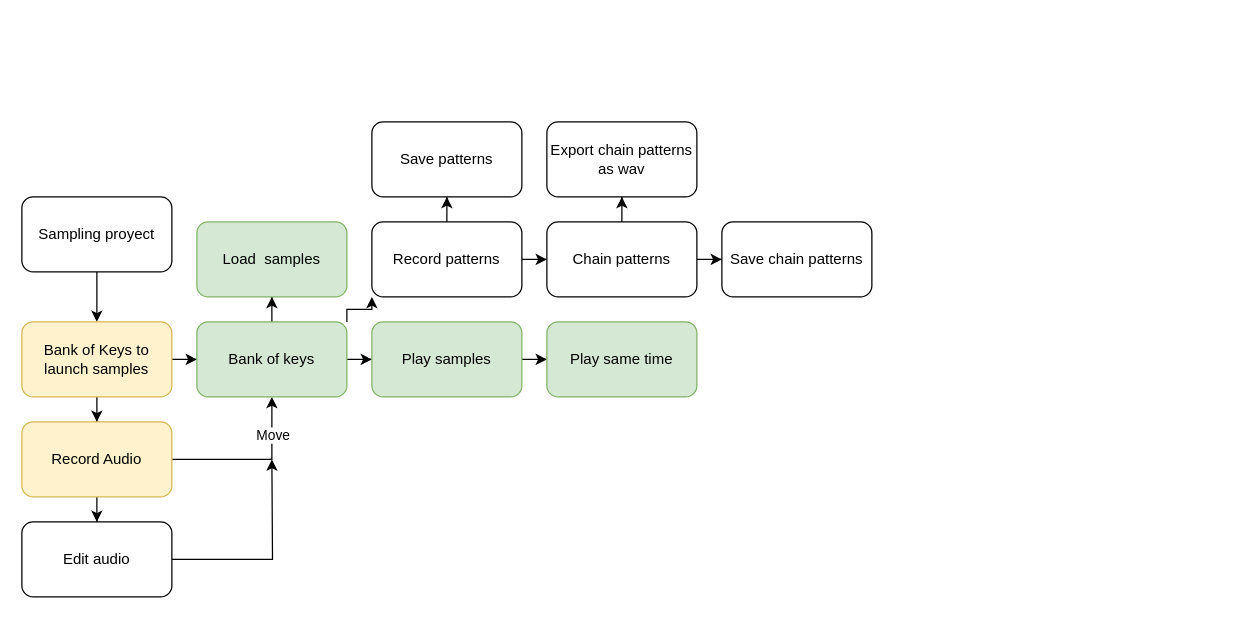
Earlier version of the draw.io diagram Sampling proyect diagram.drawio (elcalak/Sampling). Source tidied: cells renumbered, new cells numbered last; positions are measured from the earlier drawing's top-left corner, leaving out a move shared by most shapes. Both pictures are drawn from the tidied source at 125%, with x=0, y=0 at pixel (21, 121).
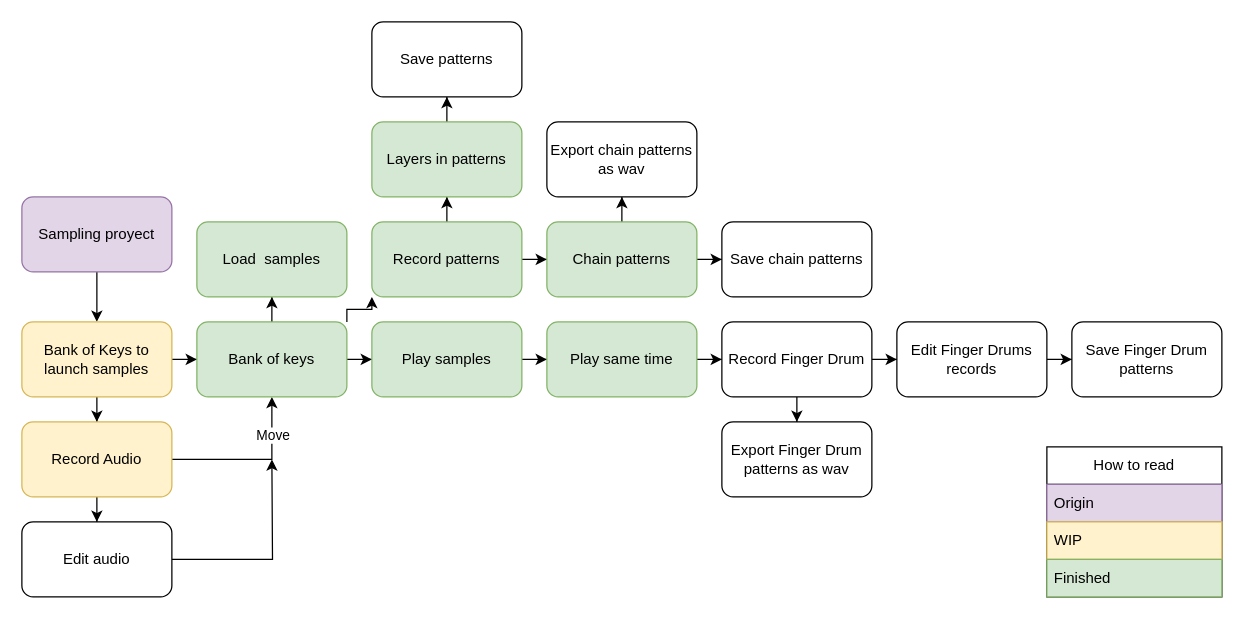
The same page after the edit.

Commit message (it also covers changes not shown here):
Add Seq layers, Seq control, loop Seq & chain Seq to loop

The change refers to these unchanged cells:
```xml
<mxCell id="20" value="Play&amp;nbsp;&lt;span style=&quot;background-color: transparent; color: light-dark(rgb(0, 0, 0), rgb(255, 255, 255));&quot;&gt;same time&lt;/span&gt;" style="whiteSpace=wrap;html=1;rounded=1;fillColor=#d5e8d4;strokeColor=#82b366;" parent="1" vertex="1">
  <mxGeometry x="420" y="160" width="120" height="60" as="geometry" />
</mxCell>
```

Change to the diagram source:
```diff
@@
-    <mxCell id="3" value="Sampling proyect" style="rounded=1;whiteSpace=wrap;html=1;" parent="1" vertex="1">
+    <mxCell id="3" value="Sampling proyect" style="rounded=1;whiteSpace=wrap;html=1;fillColor=#e1d5e7;strokeColor=#9673a6;" parent="1" vertex="1">
       <mxGeometry y="60" width="120" height="60" as="geometry" />
     </mxCell>
@@
+    <mxCell id="30" style="edgeStyle=orthogonalEdgeStyle;rounded=0;jettySize=auto;html=1;" parent="1" edge="1" source="20" target="35">
+      <mxGeometry relative="1" as="geometry" />
+    </mxCell>
@@
-    <mxCell id="22" style="edgeStyle=orthogonalEdgeStyle;rounded=0;jettySize=auto;html=1;" parent="1" edge="1" source="23" target="28">
+    <mxCell id="22" style="edgeStyle=orthogonalEdgeStyle;rounded=0;jettySize=auto;html=1;entryX=0.5;entryY=1;entryDx=0;entryDy=0;" parent="1" edge="1" source="23" target="32">
       <mxGeometry relative="1" as="geometry" />
     </mxCell>
-    <mxCell id="23" value="Record patterns" style="whiteSpace=wrap;html=1;rounded=1;" parent="1" vertex="1">
+    <mxCell id="23" value="Record patterns" style="whiteSpace=wrap;html=1;rounded=1;fillColor=#d5e8d4;strokeColor=#82b366;" parent="1" vertex="1">
       <mxGeometry x="280" y="80" width="120" height="60" as="geometry" />
     </mxCell>
@@
-    <mxCell id="26" value="Chain patterns" style="whiteSpace=wrap;html=1;rounded=1;" parent="1" vertex="1">
+    <mxCell id="26" value="Chain patterns" style="whiteSpace=wrap;html=1;rounded=1;fillColor=#d5e8d4;strokeColor=#82b366;" parent="1" vertex="1">
       <mxGeometry x="420" y="80" width="120" height="60" as="geometry" />
     </mxCell>
@@
     <mxCell id="28" value="Save patterns" style="whiteSpace=wrap;html=1;rounded=1;" parent="1" vertex="1">
-      <mxGeometry x="280" width="120" height="60" as="geometry" />
+      <mxGeometry x="280" y="-80" width="120" height="60" as="geometry" />
     </mxCell>
@@
+    <mxCell id="31" style="edgeStyle=orthogonalEdgeStyle;rounded=0;jettySize=auto;html=1;" parent="1" edge="1" source="32" target="28">
+      <mxGeometry relative="1" as="geometry" />
+    </mxCell>
+    <mxCell id="32" value="Layers in patterns" style="whiteSpace=wrap;html=1;rounded=1;fillColor=#d5e8d4;strokeColor=#82b366;" parent="1" vertex="1">
+      <mxGeometry x="280" width="120" height="60" as="geometry" />
+    </mxCell>
+    <mxCell id="33" style="edgeStyle=orthogonalEdgeStyle;rounded=0;jettySize=auto;html=1;" parent="1" edge="1" source="35" target="41">
+      <mxGeometry relative="1" as="geometry" />
+    </mxCell>
+    <mxCell id="34" style="edgeStyle=orthogonalEdgeStyle;rounded=0;jettySize=auto;html=1;" parent="1" edge="1" source="35" target="43">
+      <mxGeometry relative="1" as="geometry" />
+    </mxCell>
+    <mxCell id="35" value="Record Finger Drum" style="whiteSpace=wrap;html=1;rounded=1;" parent="1" vertex="1">
+      <mxGeometry x="560" y="160" width="120" height="60" as="geometry" />
+    </mxCell>
+    <mxCell id="36" value="How to read" style="swimlane;fontStyle=0;horizontal=1;startSize=30;whiteSpace=wrap;html=1;" parent="1" vertex="1">
+      <mxGeometry x="820" y="260" width="140" height="120" as="geometry" />
+    </mxCell>
+    <mxCell id="37" value="Origin" style="text;strokeColor=#9673a6;fillColor=#e1d5e7;align=left;verticalAlign=middle;spacingLeft=4;spacingRight=4;overflow=hidden;whiteSpace=wrap;html=1;" parent="36" vertex="1">
+      <mxGeometry y="30" width="140" height="30" as="geometry" />
+    </mxCell>
+    <mxCell id="38" value="WIP" style="text;strokeColor=#d6b656;fillColor=#fff2cc;align=left;verticalAlign=middle;spacingLeft=4;spacingRight=4;overflow=hidden;whiteSpace=wrap;html=1;" parent="36" vertex="1">
+      <mxGeometry y="60" width="140" height="30" as="geometry" />
+    </mxCell>
+    <mxCell id="39" value="Finished" style="text;strokeColor=#82b366;fillColor=#d5e8d4;align=left;verticalAlign=middle;spacingLeft=4;spacingRight=4;overflow=hidden;whiteSpace=wrap;html=1;" parent="36" vertex="1">
+      <mxGeometry y="90" width="140" height="30" as="geometry" />
+    </mxCell>
+    <mxCell id="40" style="edgeStyle=orthogonalEdgeStyle;rounded=0;jettySize=auto;html=1;" parent="1" edge="1" source="41" target="42">
+      <mxGeometry relative="1" as="geometry" />
+    </mxCell>
+    <mxCell id="41" value="Edit Finger Drums records" style="whiteSpace=wrap;html=1;rounded=1;" parent="1" vertex="1">
+      <mxGeometry x="700" y="160" width="120" height="60" as="geometry" />
+    </mxCell>
+    <mxCell id="42" value="Save Finger Drum patterns" style="whiteSpace=wrap;html=1;rounded=1;" parent="1" vertex="1">
+      <mxGeometry x="840" y="160" width="120" height="60" as="geometry" />
+    </mxCell>
+    <mxCell id="43" value="Export Finger Drum patterns as wav" style="whiteSpace=wrap;html=1;rounded=1;" parent="1" vertex="1">
+      <mxGeometry x="560" y="240" width="120" height="60" as="geometry" />
+    </mxCell>
```
